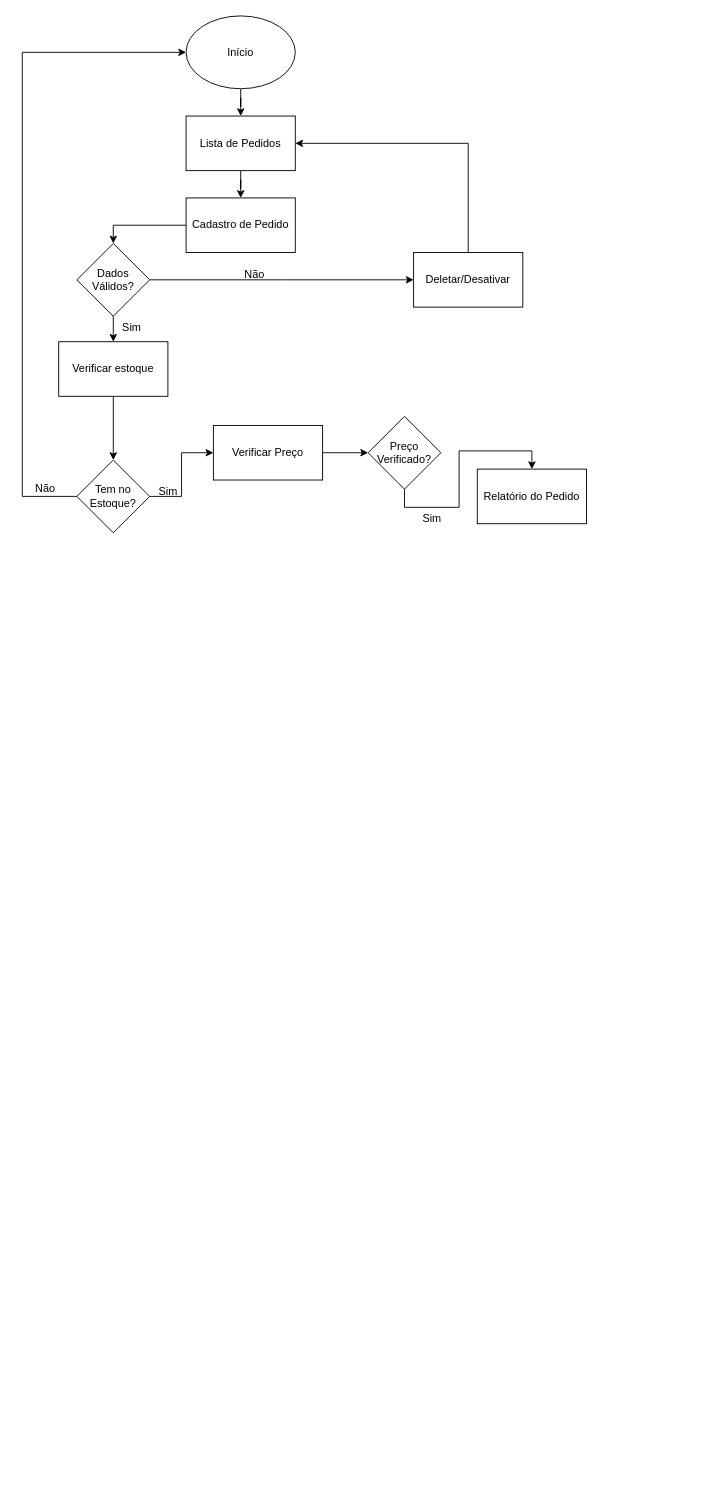
anycarolini21/equipeK keeps this draw.io diagram as equipek.drawio. Above is the earlier version. Source tidied: cells renumbered, new cells numbered last; positions are measured from the earlier drawing's top-left corner, leaving out a move shared by most shapes. Both pictures are drawn from the tidied source at 91%, with x=0, y=0 at pixel (22, 15).
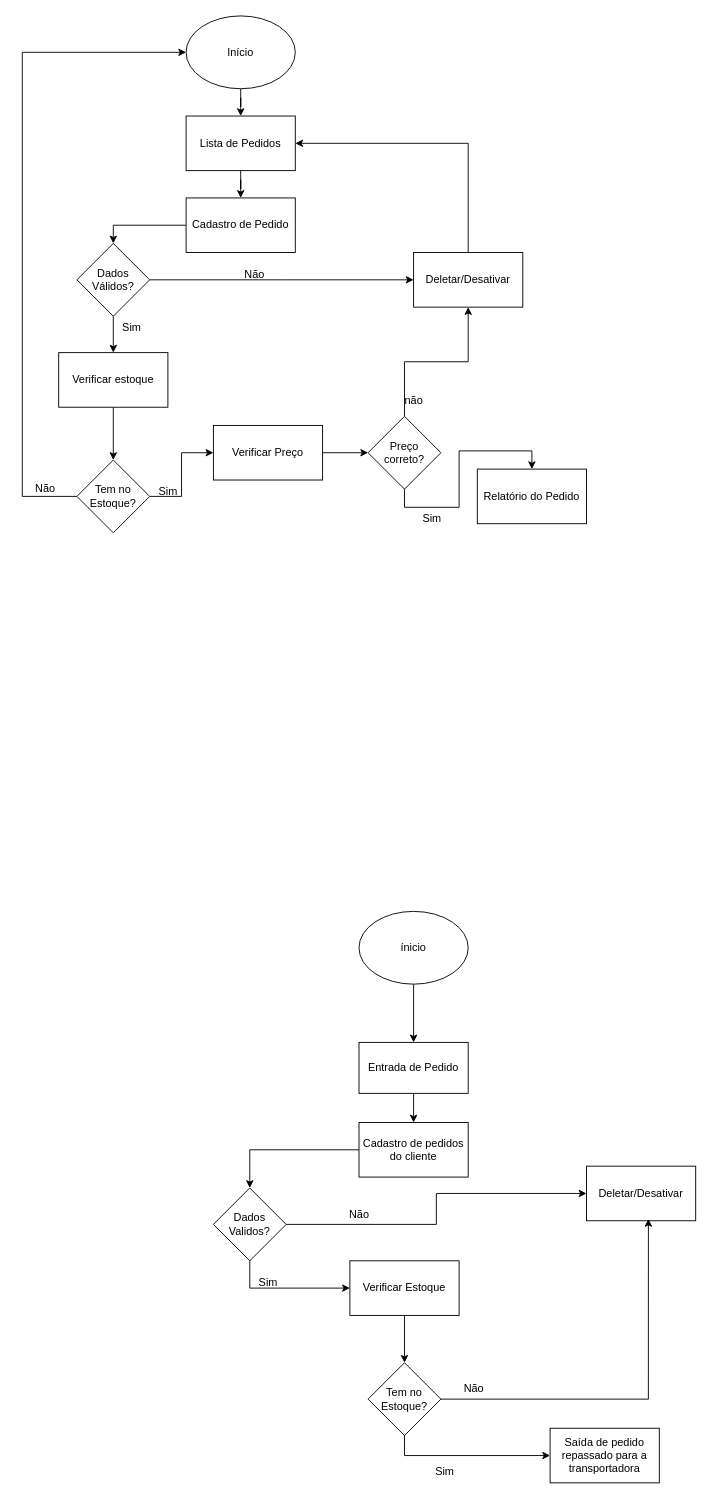
The same diagram, later.

Commit message:
penultimo passo

The change refers to these unchanged cells:
```xml
<mxCell id="24" value="Deletar/Desativar" style="rounded=0;whiteSpace=wrap;html=1;" parent="1" vertex="1">
  <mxGeometry x="430" y="260" width="120" height="60" as="geometry" />
</mxCell>
```

Change to the diagram source:
```diff
@@
     <mxCell id="9" value="Verificar estoque" style="rounded=0;whiteSpace=wrap;html=1;" parent="1" vertex="1">
-      <mxGeometry x="40" y="358" width="120" height="60" as="geometry" />
+      <mxGeometry x="40" y="370" width="120" height="60" as="geometry" />
     </mxCell>
@@
+    <mxCell id="28" style="edgeStyle=orthogonalEdgeStyle;rounded=0;jettySize=auto;html=1;exitX=0.5;exitY=0;exitDx=0;exitDy=0;entryX=0.5;entryY=1;entryDx=0;entryDy=0;" parent="1" edge="1" source="16" target="24">
+      <mxGeometry relative="1" as="geometry" />
+    </mxCell>
-    <mxCell id="16" value="Preço Verificado?" style="rhombus;whiteSpace=wrap;html=1;" parent="1" vertex="1">
+    <mxCell id="16" value="Preço correto?" style="rhombus;whiteSpace=wrap;html=1;" parent="1" vertex="1">
       <mxGeometry x="380" y="440" width="80" height="80" as="geometry" />
     </mxCell>
@@
+    <mxCell id="29" value="não" style="text;html=1;align=center;verticalAlign=middle;strokeColor=none;fillColor=none;" parent="1" vertex="1">
+      <mxGeometry x="410" y="408" width="40" height="30" as="geometry" />
+    </mxCell>
+    <mxCell id="30" style="edgeStyle=orthogonalEdgeStyle;rounded=0;jettySize=auto;html=1;exitX=0.5;exitY=1;exitDx=0;exitDy=0;entryX=0.5;entryY=0;entryDx=0;entryDy=0;" parent="1" edge="1" source="31" target="33">
+      <mxGeometry relative="1" as="geometry" />
+    </mxCell>
+    <mxCell id="31" value="ínicio" style="ellipse;whiteSpace=wrap;html=1;" parent="1" vertex="1">
+      <mxGeometry x="370" y="984" width="120" height="80" as="geometry" />
+    </mxCell>
+    <mxCell id="32" style="edgeStyle=orthogonalEdgeStyle;rounded=0;jettySize=auto;html=1;exitX=0.5;exitY=1;exitDx=0;exitDy=0;entryX=0.5;entryY=0;entryDx=0;entryDy=0;" parent="1" edge="1" source="33" target="35">
+      <mxGeometry relative="1" as="geometry" />
+    </mxCell>
+    <mxCell id="33" value="Entrada de Pedido" style="rounded=0;whiteSpace=wrap;html=1;" parent="1" vertex="1">
+      <mxGeometry x="370" y="1128" width="120" height="56" as="geometry" />
+    </mxCell>
+    <mxCell id="34" style="edgeStyle=orthogonalEdgeStyle;rounded=0;jettySize=auto;html=1;entryX=0.5;entryY=0;entryDx=0;entryDy=0;" parent="1" edge="1" source="35" target="44">
+      <mxGeometry relative="1" as="geometry" />
+    </mxCell>
+    <mxCell id="35" value="Cadastro de pedidos do cliente" style="rounded=0;whiteSpace=wrap;html=1;" parent="1" vertex="1">
+      <mxGeometry x="370" y="1216" width="120" height="60" as="geometry" />
+    </mxCell>
+    <mxCell id="36" value="Saída de pedido repassado para a transportadora" style="rounded=0;whiteSpace=wrap;html=1;" parent="1" vertex="1">
+      <mxGeometry x="580" y="1552" width="120" height="60" as="geometry" />
+    </mxCell>
+    <mxCell id="37" style="edgeStyle=orthogonalEdgeStyle;rounded=0;jettySize=auto;html=1;exitX=0.5;exitY=1;exitDx=0;exitDy=0;entryX=0.5;entryY=0;entryDx=0;entryDy=0;" parent="1" edge="1" source="38" target="40">
+      <mxGeometry relative="1" as="geometry" />
+    </mxCell>
+    <mxCell id="38" value="Verificar Estoque" style="rounded=0;whiteSpace=wrap;html=1;" parent="1" vertex="1">
+      <mxGeometry x="360" y="1368" width="120" height="60" as="geometry" />
+    </mxCell>
+    <mxCell id="39" style="edgeStyle=orthogonalEdgeStyle;rounded=0;jettySize=auto;html=1;exitX=0.5;exitY=1;exitDx=0;exitDy=0;" parent="1" edge="1" source="40" target="36">
+      <mxGeometry relative="1" as="geometry" />
+    </mxCell>
+    <mxCell id="40" value="Tem no Estoque?" style="rhombus;whiteSpace=wrap;html=1;" parent="1" vertex="1">
+      <mxGeometry x="380" y="1480" width="80" height="80" as="geometry" />
+    </mxCell>
+    <mxCell id="41" value="Sim" style="text;html=1;align=center;verticalAlign=middle;strokeColor=none;fillColor=none;" parent="1" vertex="1">
+      <mxGeometry x="250" y="1376" width="40" height="32" as="geometry" />
+    </mxCell>
+    <mxCell id="42" style="edgeStyle=orthogonalEdgeStyle;rounded=0;jettySize=auto;html=1;exitX=0.5;exitY=1;exitDx=0;exitDy=0;entryX=0;entryY=0.5;entryDx=0;entryDy=0;" parent="1" edge="1" source="44" target="38">
+      <mxGeometry relative="1" as="geometry" />
+    </mxCell>
+    <mxCell id="43" style="edgeStyle=orthogonalEdgeStyle;rounded=0;jettySize=auto;html=1;exitX=1;exitY=0.5;exitDx=0;exitDy=0;entryX=0;entryY=0.5;entryDx=0;entryDy=0;" parent="1" edge="1" source="44" target="45">
+      <mxGeometry relative="1" as="geometry" />
+    </mxCell>
+    <mxCell id="44" value="Dados Validos?" style="rhombus;whiteSpace=wrap;html=1;" parent="1" vertex="1">
+      <mxGeometry x="210" y="1288" width="80" height="80" as="geometry" />
+    </mxCell>
+    <mxCell id="45" value="Deletar/Desativar" style="rounded=0;whiteSpace=wrap;html=1;" parent="1" vertex="1">
+      <mxGeometry x="620" y="1264" width="120" height="60" as="geometry" />
+    </mxCell>
+    <mxCell id="46" value="Não" style="text;html=1;align=center;verticalAlign=middle;strokeColor=none;fillColor=none;" parent="1" vertex="1">
+      <mxGeometry x="350" y="1301" width="40" height="32" as="geometry" />
+    </mxCell>
+    <mxCell id="47" value="Sim" style="text;html=1;align=center;verticalAlign=middle;strokeColor=none;fillColor=none;" parent="1" vertex="1">
+      <mxGeometry x="444" y="1584" width="40" height="32" as="geometry" />
+    </mxCell>
+    <mxCell id="48" style="edgeStyle=orthogonalEdgeStyle;rounded=0;jettySize=auto;html=1;exitX=1;exitY=0.5;exitDx=0;exitDy=0;entryX=0.567;entryY=0.967;entryDx=0;entryDy=0;entryPerimeter=0;" parent="1" edge="1" source="40" target="45">
+      <mxGeometry relative="1" as="geometry" />
+    </mxCell>
+    <mxCell id="49" value="Não" style="text;html=1;align=center;verticalAlign=middle;strokeColor=none;fillColor=none;" parent="1" vertex="1">
+      <mxGeometry x="476" y="1493" width="40" height="32" as="geometry" />
+    </mxCell>
```
